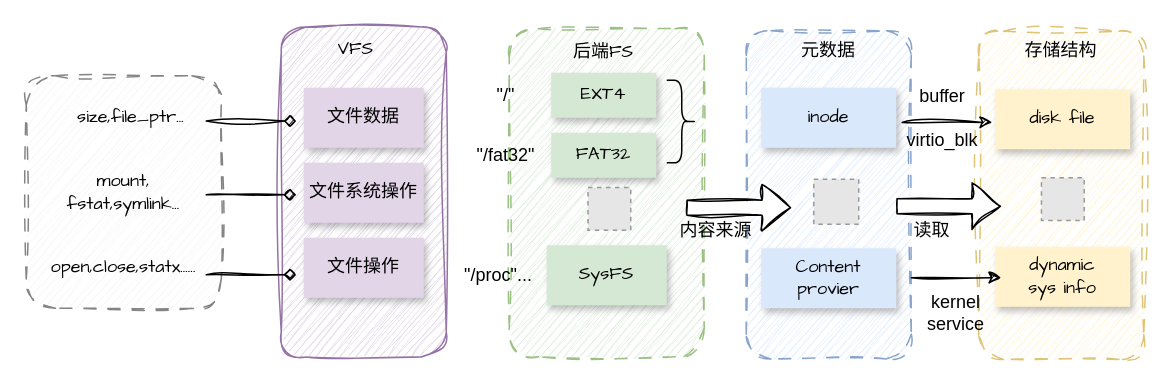
Before: docs/report-src/2026/content/fig/vfs_structure.drawio in Blankke/F7LY, a draw.io diagram. Source tidied: cells renumbered, new cells numbered last; positions are measured from the earlier drawing's top-left corner, leaving out a move shared by most shapes. Both pictures are drawn from the tidied source at 150%, with x=0, y=0 at pixel (26, 26). Pictures stored in the file or linked from it are replaced by grey dashed boxes.
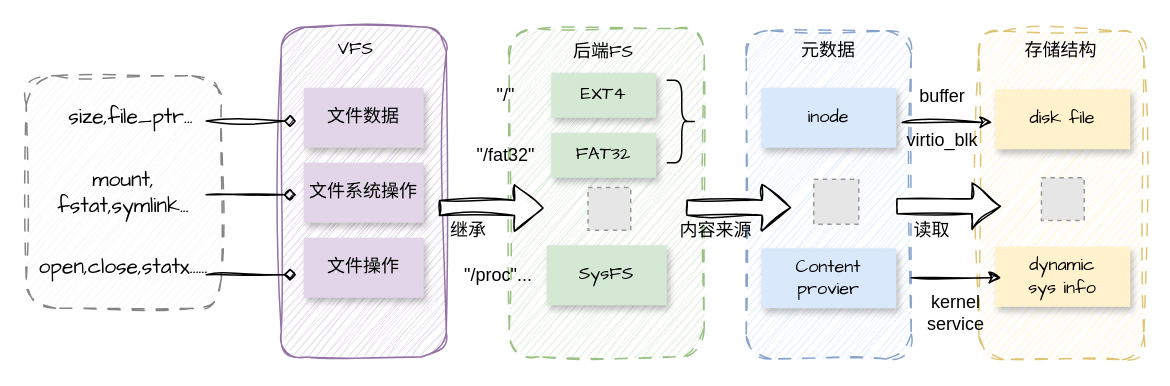
The same page after the edit.

The edit, as a diff of the source:
```diff
@@
-    <mxCell id="6" style="rounded=1;whiteSpace=wrap;html=1;opacity=80;dashed=1;dashPattern=8 8;sketch=1;curveFitting=1;jiggle=2;fontFamily=Comic Sans MS;fillColor=#f5f5f5;fontColor=#333333;strokeColor=#666666;" parent="1" vertex="1">
+    <mxCell id="6" style="rounded=1;whiteSpace=wrap;html=1;opacity=80;dashed=1;dashPattern=8 8;sketch=1;curveFitting=1;jiggle=2;fontFamily=Comic Sans MS;fillColor=#f5f5f5;fontColor=#333333;strokeColor=#666666;fontSize=14;" parent="1" vertex="1">
       <mxGeometry y="33" width="130" height="155" as="geometry" />
     </mxCell>
@@
-    <mxCell id="19" value="size,file_ptr..." style="text;html=1;whiteSpace=wrap;strokeColor=none;fillColor=none;align=center;verticalAlign=middle;rounded=0;fontFamily=Comic Sans MS;" parent="1" vertex="1">
+    <mxCell id="19" value="size,file_ptr..." style="text;html=1;whiteSpace=wrap;strokeColor=none;fillColor=none;align=center;verticalAlign=middle;rounded=0;fontFamily=Comic Sans MS;fontSize=14;" parent="1" vertex="1">
       <mxGeometry x="40" y="46" width="60" height="30" as="geometry" />
     </mxCell>
-    <mxCell id="20" value="mount, fstat,symlink..." style="text;html=1;whiteSpace=wrap;strokeColor=none;fillColor=none;align=center;verticalAlign=middle;rounded=0;fontFamily=Comic Sans MS;" parent="1" vertex="1">
+    <mxCell id="20" value="mount, fstat,symlink..." style="text;html=1;whiteSpace=wrap;strokeColor=none;fillColor=none;align=center;verticalAlign=middle;rounded=0;fontFamily=Comic Sans MS;fontSize=14;" parent="1" vertex="1">
       <mxGeometry x="20" y="96" width="90" height="30" as="geometry" />
     </mxCell>
-    <mxCell id="21" value="open,close,statx......" style="text;html=1;whiteSpace=wrap;strokeColor=none;fillColor=none;align=center;verticalAlign=middle;rounded=0;fontFamily=Comic Sans MS;" parent="1" vertex="1">
+    <mxCell id="21" value="open,close,statx......" style="text;html=1;whiteSpace=wrap;strokeColor=none;fillColor=none;align=center;verticalAlign=middle;rounded=0;fontFamily=Comic Sans MS;fontSize=14;" parent="1" vertex="1">
       <mxGeometry x="20" y="146" width="90" height="30" as="geometry" />
     </mxCell>
@@
+    <mxCell id="42" style="shape=flexArrow;endArrow=classic;html=1;rounded=0;sketch=1;curveFitting=1;jiggle=2;fillColor=default;" parent="1" edge="1">
+      <mxGeometry relative="1" as="geometry">
+        <mxPoint x="275" y="121.2" as="sourcePoint" />
+        <mxPoint x="345" y="121.2" as="targetPoint" />
+      </mxGeometry>
+    </mxCell>
+    <mxCell id="43" value="继承" style="text;html=1;whiteSpace=wrap;strokeColor=none;fillColor=none;align=center;verticalAlign=middle;rounded=0;" parent="1" vertex="1">
+      <mxGeometry x="265" y="121" width="60" height="30" as="geometry" />
+    </mxCell>
```
